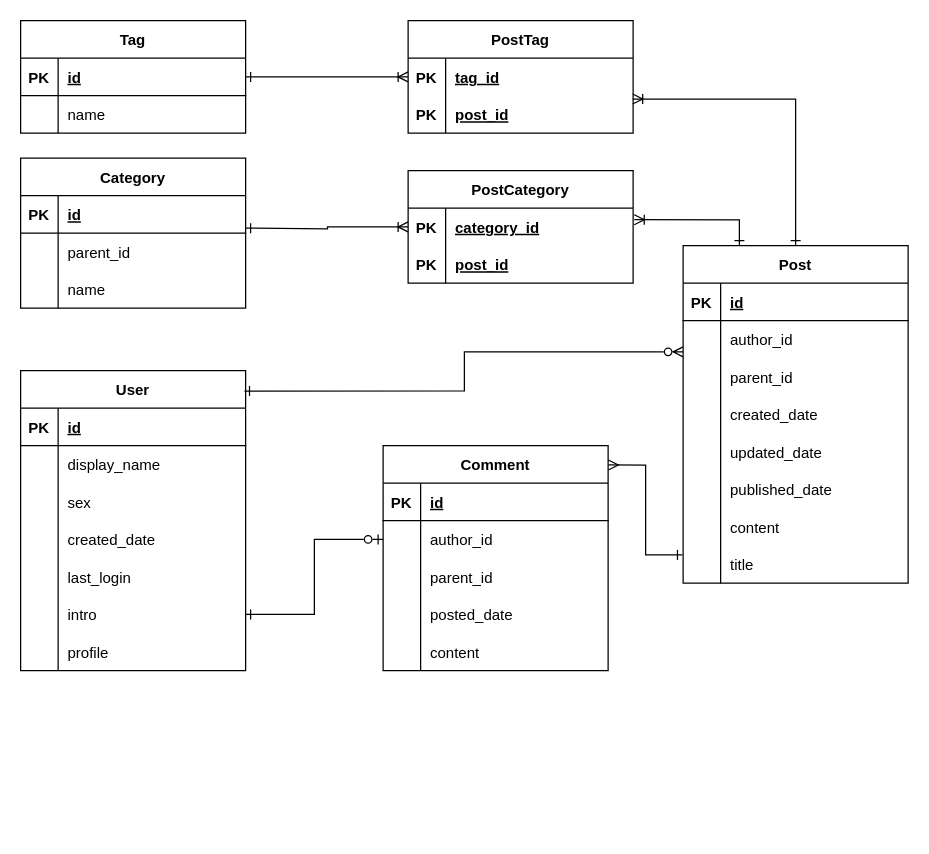
Before: Diagram/ERD.drawio in HT-Dat/BlogSite_Server, a draw.io diagram. Source tidied: cells renumbered, new cells numbered last; positions are measured from the earlier drawing's top-left corner, leaving out a move shared by most shapes. Both pictures are drawn from the tidied source at 125%, with x=0, y=0 at pixel (20, 20).
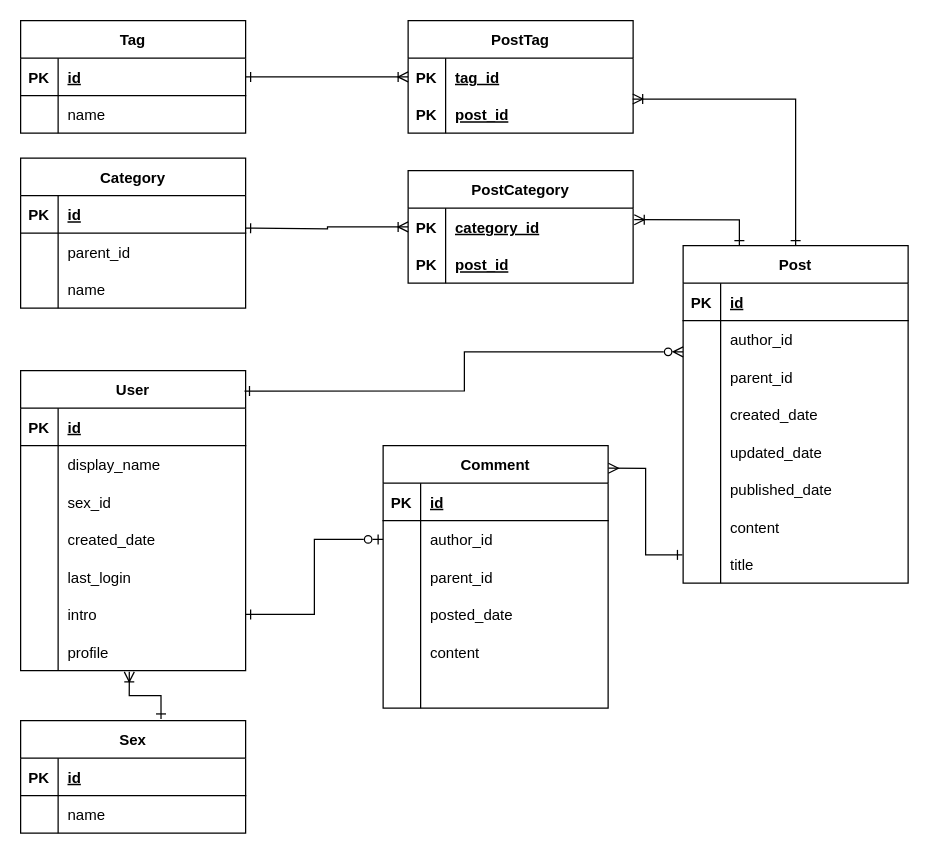
After the change.

Commit message:
Add sex lookup table in diagram

The change refers to these unchanged cells:
```xml
<mxCell id="9" style="shape=tableRow;horizontal=0;startSize=0;swimlaneHead=0;swimlaneBody=0;fillColor=none;top=0;left=0;right=0;bottom=0;" parent="2" vertex="1">
  <mxGeometry y="90" width="180" height="30" as="geometry" />
</mxCell>
<mxCell id="21" style="shape=tableRow;horizontal=0;startSize=0;swimlaneHead=0;swimlaneBody=0;fillColor=none;points=[[0,0.5],[1,0.5]];portConstraint=eastwest;top=0;left=0;right=0;bottom=0;" parent="2" vertex="1">
  <mxGeometry y="210" width="180" height="30" as="geometry" />
</mxCell>
```

What changed in the source:
```diff
@@
-    <mxCell id="11" value="sex" style="shape=partialRectangle;fillColor=none;top=0;left=0;bottom=0;right=0;align=left;spacingLeft=6;overflow=hidden;" parent="9" vertex="1">
+    <mxCell id="11" value="sex_id" style="shape=partialRectangle;fillColor=none;top=0;left=0;bottom=0;right=0;align=left;spacingLeft=6;overflow=hidden;" parent="9" vertex="1">
       <mxGeometry x="30" width="150" height="30" as="geometry" />
     </mxCell>
@@
     <mxCell id="49" value="Comment" style="shape=table;startSize=30;childLayout=tableLayout;rowLines=0;fontStyle=1;align=center;" parent="1" vertex="1">
-      <mxGeometry x="290" y="340" width="180" height="180" as="geometry" />
+      <mxGeometry x="290" y="340" width="180" height="210" as="geometry" />
     </mxCell>
@@
+    <mxCell id="103" style="shape=tableRow;horizontal=0;startSize=0;swimlaneHead=0;swimlaneBody=0;fillColor=none;top=0;left=0;right=0;bottom=0;" parent="49" vertex="1">
+      <mxGeometry y="180" width="180" height="30" as="geometry" />
+    </mxCell>
+    <mxCell id="104" style="shape=partialRectangle;fillColor=none;top=0;left=0;bottom=0;right=0;overflow=hidden;" parent="103" vertex="1">
+      <mxGeometry width="30" height="30" as="geometry" />
+    </mxCell>
+    <mxCell id="105" style="shape=partialRectangle;fillColor=none;top=0;left=0;bottom=0;right=0;align=left;spacingLeft=6;overflow=hidden;" parent="103" vertex="1">
+      <mxGeometry x="30" width="150" height="30" as="geometry" />
+    </mxCell>
@@
+    <mxCell id="106" value="Sex" style="shape=table;startSize=30;childLayout=tableLayout;rowLines=0;fontStyle=1;align=center;" parent="1" vertex="1">
+      <mxGeometry y="560" width="180" height="90" as="geometry" />
+    </mxCell>
+    <mxCell id="107" style="shape=tableRow;horizontal=0;startSize=0;swimlaneHead=0;swimlaneBody=0;fillColor=none;top=0;left=0;right=0;bottom=1;" parent="106" vertex="1">
+      <mxGeometry y="30" width="180" height="30" as="geometry" />
+    </mxCell>
+    <mxCell id="108" value="PK" style="shape=partialRectangle;fillColor=none;top=0;left=0;bottom=0;right=0;fontStyle=1;overflow=hidden;" parent="107" vertex="1">
+      <mxGeometry width="30" height="30" as="geometry" />
+    </mxCell>
+    <mxCell id="109" value="id" style="shape=partialRectangle;fillColor=none;top=0;left=0;bottom=0;right=0;align=left;spacingLeft=6;fontStyle=5;overflow=hidden;" parent="107" vertex="1">
+      <mxGeometry x="30" width="150" height="30" as="geometry" />
+    </mxCell>
+    <mxCell id="110" style="shape=tableRow;horizontal=0;startSize=0;swimlaneHead=0;swimlaneBody=0;fillColor=none;top=0;left=0;right=0;bottom=0;" parent="106" vertex="1">
+      <mxGeometry y="60" width="180" height="30" as="geometry" />
+    </mxCell>
+    <mxCell id="111" style="shape=partialRectangle;fillColor=none;top=0;left=0;bottom=0;right=0;overflow=hidden;" parent="110" vertex="1">
+      <mxGeometry width="30" height="30" as="geometry" />
+    </mxCell>
+    <mxCell id="112" value="name" style="shape=partialRectangle;fillColor=none;top=0;left=0;bottom=0;right=0;align=left;spacingLeft=6;overflow=hidden;" parent="110" vertex="1">
+      <mxGeometry x="30" width="150" height="30" as="geometry" />
+    </mxCell>
+    <mxCell id="113" style="endArrow=ERoneToMany;html=1;rounded=0;exitX=0.624;exitY=-0.015;exitDx=0;exitDy=0;edgeStyle=orthogonalEdgeStyle;startArrow=ERone;startFill=0;endFill=0;entryX=0.483;entryY=1.033;entryDx=0;entryDy=0;entryPerimeter=0;exitPerimeter=0;" parent="1" edge="1" source="106" target="21">
+      <mxGeometry relative="1" as="geometry" />
+    </mxCell>
```
